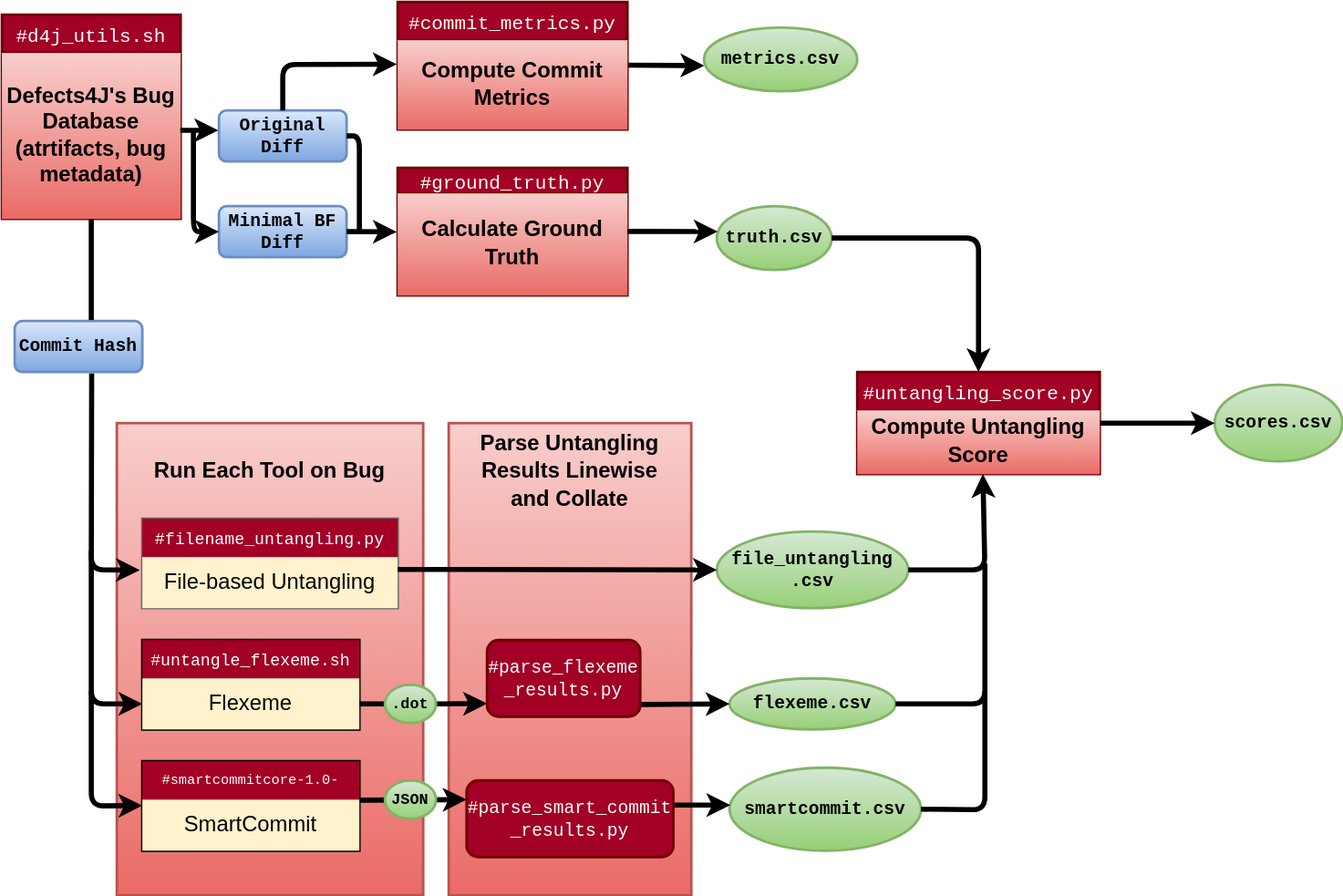
This is diagrams/pipeline.drawio.svg from Thomsch/untangling-tools-benchmark, a draw.io export, as it was before one commit. Source tidied: cells renumbered, new cells last; positions are measured from the earlier drawing's top-left corner, leaving out a move shared by most shapes.
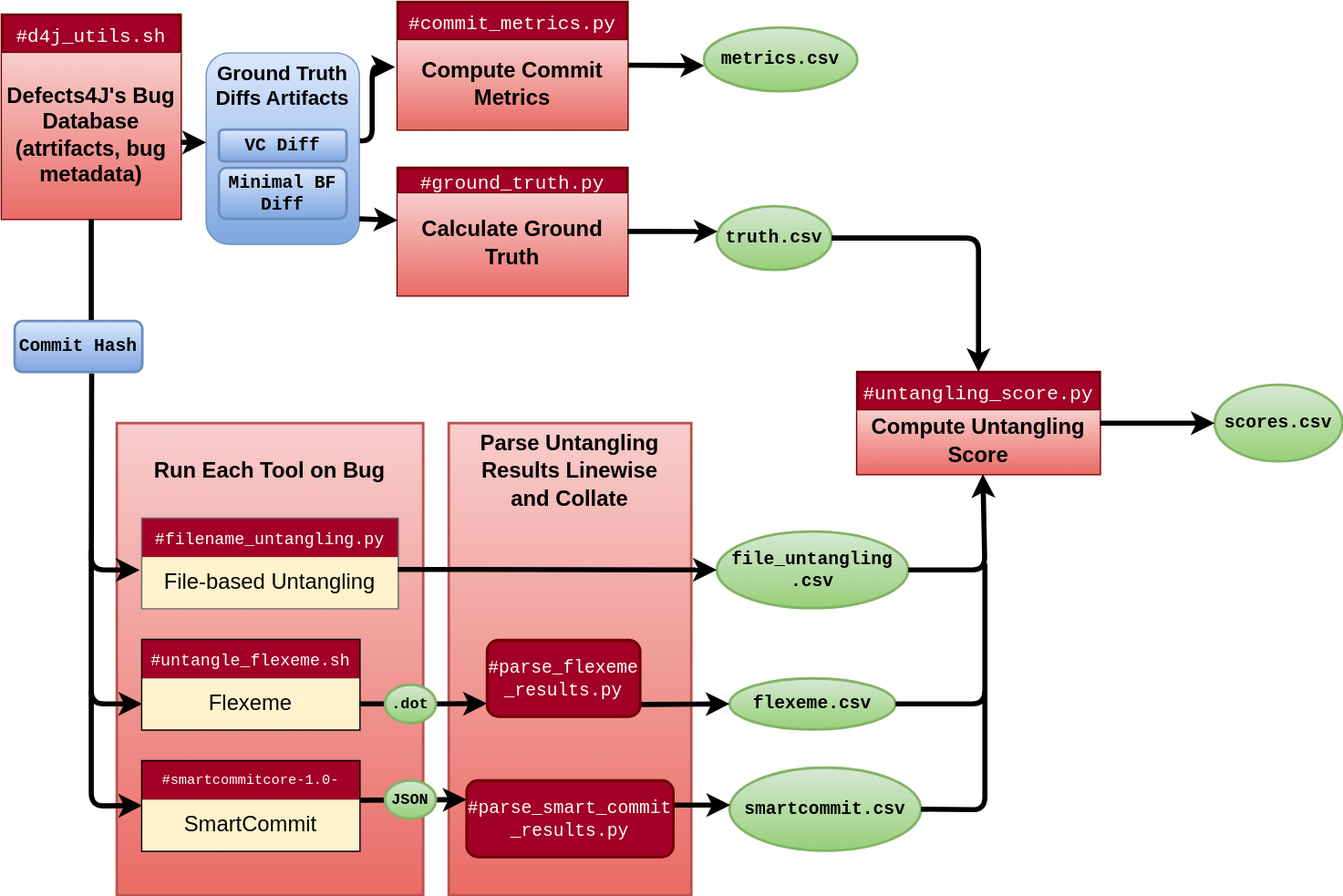
After the commit.

Commit message:
Addressed Thomas' review

Change to the diagram source:
```diff
@@ -2,6 +2,17 @@
   <root>
     <mxCell id="0" />
     <mxCell id="1" parent="0" />
+    <mxCell id="53" style="endArrow=classic;html=1;strokeColor=#000000;strokeWidth=4;fontFamily=Courier New;fontSize=14;fontColor=#000000;exitX=0.5;exitY=0;exitDx=0;exitDy=0;entryX=-0.011;entryY=0.3;entryDx=0;entryDy=0;entryPerimeter=0;" parent="1" edge="1" source="38" target="10">
+      <mxGeometry relative="1" as="geometry">
+        <Array as="points">
+          <mxPoint x="290" y="110" />
+          <mxPoint x="290" y="51" />
+        </Array>
+      </mxGeometry>
+    </mxCell>
+    <mxCell id="66" value="&lt;font size=&quot;1&quot; color=&quot;#000000&quot;&gt;&lt;b style=&quot;font-size: 16px;&quot;&gt;Ground Truth Diffs Artifacts&lt;/b&gt;&lt;/font&gt;" style="rounded=1;whiteSpace=wrap;html=1;fillColor=#dae8fc;strokeColor=#6c8ebf;gradientColor=#7ea6e0;verticalAlign=top;" parent="1" vertex="1">
+      <mxGeometry x="160" y="40" width="120" height="150" as="geometry" />
+    </mxCell>
     <mxCell id="2" style="endArrow=classic;html=1;strokeColor=#000000;strokeWidth=4;fontFamily=Courier New;fontSize=14;fontColor=#000000;exitX=0.995;exitY=0.279;exitDx=0;exitDy=0;exitPerimeter=0;entryX=0.002;entryY=0.598;entryDx=0;entryDy=0;entryPerimeter=0;" parent="1" edge="1" source="10" target="28">
       <mxGeometry relative="1" as="geometry" />
     </mxCell>
@@ -110,20 +121,12 @@
     <mxCell id="37" value="&lt;font color=&quot;#000000&quot; style=&quot;font-size: 14px;&quot;&gt;&lt;b&gt;scores.csv&lt;/b&gt;&lt;/font&gt;" style="ellipse;whiteSpace=wrap;html=1;strokeWidth=2;fontFamily=Courier New;fontSize=11;fillColor=#d5e8d4;strokeColor=#82b366;gradientColor=#97d077;" parent="1" vertex="1">
       <mxGeometry x="950" y="300" width="100" height="60" as="geometry" />
     </mxCell>
-    <mxCell id="38" value="&lt;b&gt;&lt;font color=&quot;#000000&quot;&gt;Original Diff&lt;/font&gt;&lt;/b&gt;" style="rounded=1;whiteSpace=wrap;html=1;labelBackgroundColor=none;strokeWidth=2;fontFamily=Courier New;fontSize=14;fillColor=#dae8fc;gradientColor=#7ea6e0;strokeColor=#6c8ebf;" parent="1" vertex="1">
-      <mxGeometry x="170" y="85" width="100" height="40" as="geometry" />
+    <mxCell id="38" value="&lt;b&gt;&lt;font color=&quot;#000000&quot;&gt;VC Diff&lt;/font&gt;&lt;/b&gt;" style="rounded=1;whiteSpace=wrap;html=1;labelBackgroundColor=none;strokeWidth=2;fontFamily=Courier New;fontSize=14;fillColor=#dae8fc;gradientColor=#7ea6e0;strokeColor=#6c8ebf;" parent="1" vertex="1">
+      <mxGeometry x="170" y="100" width="100" height="25" as="geometry" />
     </mxCell>
     <mxCell id="39" value="&lt;b&gt;&lt;font color=&quot;#000000&quot;&gt;Minimal BF Diff&lt;/font&gt;&lt;/b&gt;" style="rounded=1;whiteSpace=wrap;html=1;labelBackgroundColor=none;strokeWidth=2;fontFamily=Courier New;fontSize=14;fillColor=#dae8fc;gradientColor=#7ea6e0;strokeColor=#6c8ebf;" parent="1" vertex="1">
-      <mxGeometry x="170" y="160" width="100" height="40" as="geometry" />
+      <mxGeometry x="170" y="130" width="100" height="40" as="geometry" />
     </mxCell>
-    <mxCell id="40" style="endArrow=none;html=1;strokeColor=#000000;strokeWidth=4;fontFamily=Courier New;fontSize=14;fontColor=#000000;exitX=1;exitY=0.5;exitDx=0;exitDy=0;" parent="1" edge="1" source="38">
-      <mxGeometry relative="1" as="geometry">
-        <mxPoint x="280" y="180" as="targetPoint" />
-        <Array as="points">
-          <mxPoint x="280" y="105" />
-        </Array>
-      </mxGeometry>
-    </mxCell>
     <mxCell id="41" style="endArrow=classic;html=1;strokeColor=#000000;strokeWidth=4;fontFamily=Courier New;fontSize=14;fontColor=#000000;exitX=0.995;exitY=0.279;exitDx=0;exitDy=0;exitPerimeter=0;entryX=0.007;entryY=0.398;entryDx=0;entryDy=0;entryPerimeter=0;" parent="1" edge="1" target="29">
       <mxGeometry relative="1" as="geometry">
         <mxPoint x="490" y="179.8" as="sourcePoint" />
@@ -189,26 +192,16 @@
         <mxPoint x="380" y="549.7" as="targetPoint" />
       </mxGeometry>
     </mxCell>
-    <mxCell id="53" style="endArrow=classic;html=1;strokeColor=#000000;strokeWidth=4;fontFamily=Courier New;fontSize=14;fontColor=#000000;exitX=0.5;exitY=0;exitDx=0;exitDy=0;entryX=-0.004;entryY=0.268;entryDx=0;entryDy=0;entryPerimeter=0;" parent="1" edge="1" source="38" target="10">
-      <mxGeometry relative="1" as="geometry">
-        <Array as="points">
-          <mxPoint x="220" y="49" />
-        </Array>
-      </mxGeometry>
-    </mxCell>
-    <mxCell id="54" style="endArrow=classic;html=1;strokeColor=#000000;strokeWidth=4;fontFamily=Courier New;fontSize=14;fontColor=#000000;exitX=0.998;exitY=0.466;exitDx=0;exitDy=0;exitPerimeter=0;entryX=-0.005;entryY=0.39;entryDx=0;entryDy=0;entryPerimeter=0;" parent="1" edge="1" source="4" target="38">
-      <mxGeometry relative="1" as="geometry" />
+    <mxCell id="54" style="endArrow=classic;html=1;strokeColor=#000000;strokeWidth=4;fontFamily=Courier New;fontSize=11;fontColor=#000000;" parent="1" edge="1">
+      <mxGeometry relative="1" as="geometry">
+        <mxPoint x="140" y="110" as="sourcePoint" />
+        <mxPoint x="160" y="110" as="targetPoint" />
+      </mxGeometry>
     </mxCell>
-    <mxCell id="55" style="endArrow=classic;html=1;strokeColor=#000000;strokeWidth=4;fontFamily=Courier New;fontSize=14;fontColor=#000000;entryX=0;entryY=0.5;entryDx=0;entryDy=0;" parent="1" edge="1" target="39">
-      <mxGeometry relative="1" as="geometry">
-        <mxPoint x="150" y="100" as="sourcePoint" />
-        <Array as="points">
-          <mxPoint x="150" y="180" />
-        </Array>
-      </mxGeometry>
-    </mxCell>
-    <mxCell id="56" style="endArrow=classic;html=1;strokeColor=#000000;strokeWidth=4;fontFamily=Courier New;fontSize=14;fontColor=#000000;exitX=1;exitY=0.5;exitDx=0;exitDy=0;entryX=-0.004;entryY=0.377;entryDx=0;entryDy=0;entryPerimeter=0;" parent="1" edge="1" source="39" target="7">
-      <mxGeometry relative="1" as="geometry" />
+    <mxCell id="56" style="endArrow=classic;html=1;strokeColor=#000000;strokeWidth=4;fontFamily=Courier New;fontSize=14;fontColor=#000000;entryX=0;entryY=0.263;entryDx=0;entryDy=0;entryPerimeter=0;" parent="1" edge="1" target="7">
+      <mxGeometry relative="1" as="geometry">
+        <mxPoint x="280" y="170" as="sourcePoint" />
+      </mxGeometry>
     </mxCell>
     <mxCell id="57" style="endArrow=classic;html=1;strokeColor=#000000;strokeWidth=4;fontFamily=Courier New;fontSize=14;fontColor=#000000;exitX=1;exitY=0.5;exitDx=0;exitDy=0;entryX=0.5;entryY=0;entryDx=0;entryDy=0;" parent="1" edge="1" source="29" target="34">
       <mxGeometry relative="1" as="geometry">
```
